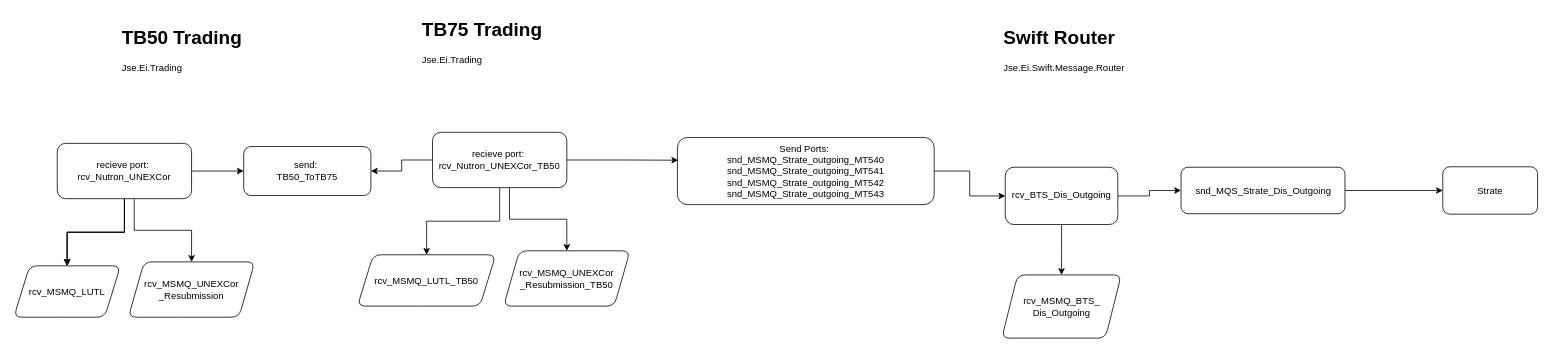
ByMadiba/Sandbox keeps this draw.io diagram as page "TB50STT-Strate" (2 of 4) of TradingMiddlewareConfiguration.drawio. Above is the earlier version. Source tidied: cells renumbered, new cells numbered last; positions are measured from the earlier drawing's top-left corner, leaving out a move shared by most shapes. Both pictures are drawn from the tidied source at 79%, with x=0, y=0 at pixel (13, 13).
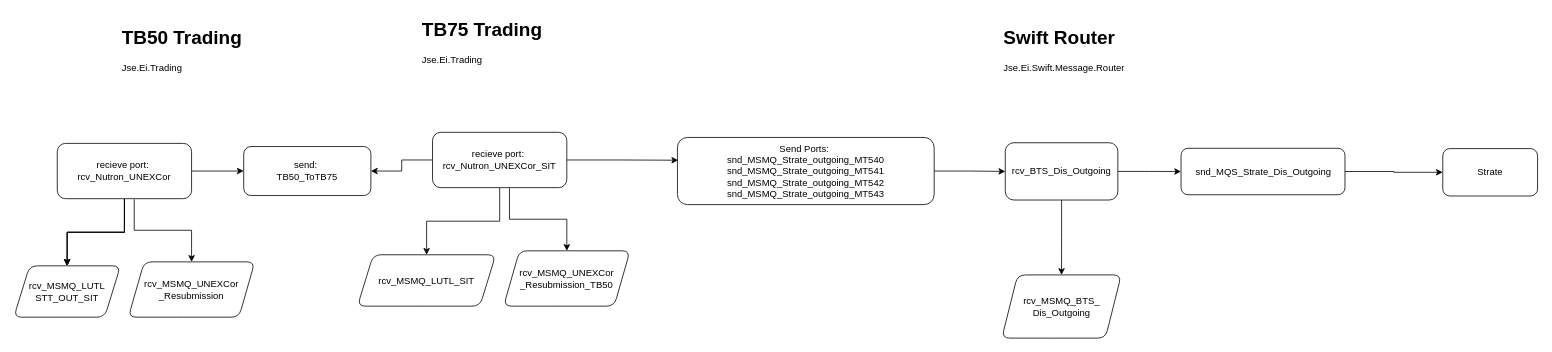
The same diagram, later.

Commit message:
Added Strate to STT SIT

Change to the diagram source:
```diff
@@
-    <mxCell id="7" value="rcv_MSMQ_LUTL" style="shape=parallelogram;perimeter=parallelogramPerimeter;whiteSpace=wrap;html=1;fixedSize=1;rounded=1;" parent="1" vertex="1">
+    <mxCell id="7" value="rcv_MSMQ_LUTL&lt;div&gt;STT_OUT_SIT&lt;/div&gt;" style="shape=parallelogram;perimeter=parallelogramPerimeter;whiteSpace=wrap;html=1;fixedSize=1;rounded=1;" parent="1" vertex="1">
       <mxGeometry y="319" width="135" height="65" as="geometry" />
     </mxCell>
@@
     <mxCell id="14" value="rcv_BTS_Dis_Outgoing" style="whiteSpace=wrap;html=1;rounded=1;" parent="1" vertex="1">
-      <mxGeometry x="1255" y="194.2" width="142.5" height="72.5" as="geometry" />
+      <mxGeometry x="1255" y="163.2" width="142.5" height="72.5" as="geometry" />
     </mxCell>
@@
     <mxCell id="17" value="snd_MQS_Strate_Dis_Outgoing" style="whiteSpace=wrap;html=1;rounded=1;" parent="1" vertex="1">
-      <mxGeometry x="1477.5" y="194.2" width="207.5" height="58.8" as="geometry" />
+      <mxGeometry x="1477.5" y="170.2" width="207.5" height="58.8" as="geometry" />
     </mxCell>
     <mxCell id="18" value="Strate" style="whiteSpace=wrap;html=1;rounded=1;" parent="1" vertex="1">
-      <mxGeometry x="1808.8" y="193.6" width="120" height="60" as="geometry" />
+      <mxGeometry x="1808.8" y="170.6" width="120" height="60" as="geometry" />
     </mxCell>
@@
-    <mxCell id="25" value="recieve port:&amp;nbsp;&lt;div&gt;rcv_Nutron_UNEXCor_TB50&lt;br&gt;&lt;/div&gt;" style="rounded=1;whiteSpace=wrap;html=1;" parent="1" vertex="1">
+    <mxCell id="25" value="recieve port:&amp;nbsp;&lt;div&gt;rcv_Nutron_UNEXCor_SIT&lt;br&gt;&lt;/div&gt;" style="rounded=1;whiteSpace=wrap;html=1;" parent="1" vertex="1">
       <mxGeometry x="530" y="150" width="170" height="70" as="geometry" />
     </mxCell>
-    <mxCell id="26" value="rcv_MSMQ_LUTL_TB50" style="shape=parallelogram;perimeter=parallelogramPerimeter;whiteSpace=wrap;html=1;fixedSize=1;rounded=1;" parent="1" vertex="1">
+    <mxCell id="26" value="rcv_MSMQ_LUTL_SIT" style="shape=parallelogram;perimeter=parallelogramPerimeter;whiteSpace=wrap;html=1;fixedSize=1;rounded=1;" parent="1" vertex="1">
       <mxGeometry x="435" y="305" width="175" height="65" as="geometry" />
     </mxCell>
```
